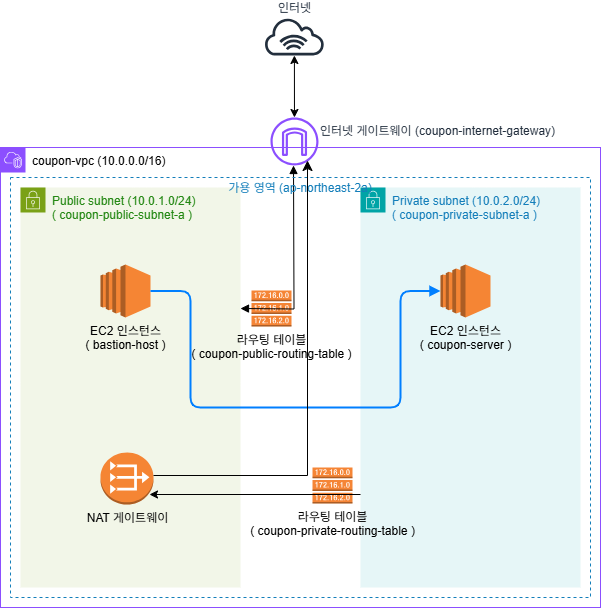
Above: aws-architecture-basic(2).drawio.png in tngh4037/aws-practice (draw.io), before the change. Source tidied: cells renumbered, new cells last; positions are measured from the earlier drawing's top-left corner, leaving out a move shared by most shapes.
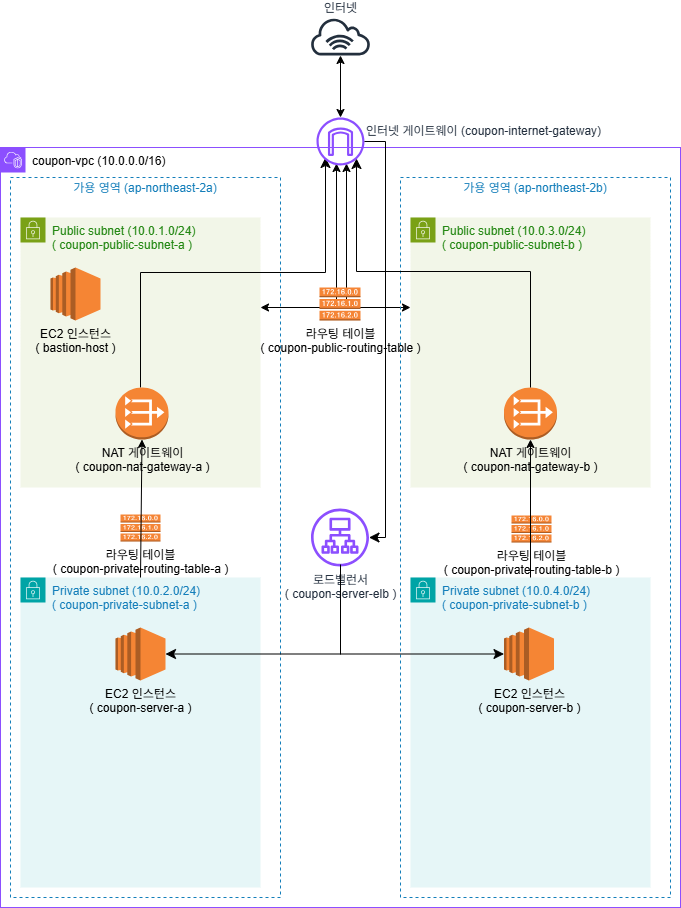
After the change.

Commit message:
aws-architecture-basic(2).drawio.png이 추가되었습니다.

Diff of the diagram source:
```diff
@@ -2,78 +2,130 @@
   <root>
     <mxCell id="0" />
     <mxCell id="1" parent="0" />
+    <mxCell id="20" style="edgeStyle=elbowEdgeStyle;rounded=0;elbow=vertical;html=1;labelBackgroundColor=#ffffff;startArrow=classic;startFill=1;startSize=6;endArrow=classic;endFill=1;endSize=6;jettySize=auto;strokeWidth=1;fontSize=14;" parent="1" edge="1" source="28">
+      <mxGeometry relative="1" as="geometry">
+        <mxPoint x="306" y="146" as="targetPoint" />
+        <Array as="points">
+          <mxPoint x="270" y="290" />
+        </Array>
+      </mxGeometry>
+    </mxCell>
     <mxCell id="2" value="&lt;font style=&quot;color: rgb(4, 4, 4);&quot;&gt;coupon-vpc (10.0.0.0/16)&lt;/font&gt;" style="gradientColor=none;html=1;whiteSpace=wrap;fontSize=12;fontStyle=0;shape=mxgraph.aws4.group;grIcon=mxgraph.aws4.group_vpc2;strokeColor=#8C4FFF;fillColor=none;verticalAlign=top;align=left;spacingLeft=30;fontColor=#AAB7B8;dashed=0;" parent="1" vertex="1">
-      <mxGeometry y="130" width="600" height="460" as="geometry" />
+      <mxGeometry x="-40" y="130" width="680" height="760" as="geometry" />
     </mxCell>
+    <mxCell id="21" value="가용 영역 (ap-northeast-2b)" style="fillColor=none;strokeColor=#147EBA;dashed=1;verticalAlign=bottom;fontStyle=0;fontColor=#147EBA;whiteSpace=wrap;html=1;labelPosition=center;verticalLabelPosition=top;align=center;spacingBottom=-20;" parent="2" vertex="1">
+      <mxGeometry x="400" y="30" width="270" height="720" as="geometry" />
+    </mxCell>
+    <mxCell id="16" value="가용 영역 (ap-northeast-2a)" style="fillColor=none;strokeColor=#147EBA;dashed=1;verticalAlign=bottom;fontStyle=0;fontColor=#147EBA;whiteSpace=wrap;html=1;labelPosition=center;verticalLabelPosition=top;align=center;spacingBottom=-20;" parent="2" vertex="1">
+      <mxGeometry x="10" y="30" width="270" height="720" as="geometry" />
+    </mxCell>
     <mxCell id="3" value="Public subnet (10.0.1.0/24)&lt;div&gt;( coupon-public-subnet-a )&lt;/div&gt;" style="gradientColor=none;html=1;whiteSpace=wrap;fontSize=12;fontStyle=0;shape=mxgraph.aws4.group;grIcon=mxgraph.aws4.group_security_group;grStroke=0;strokeColor=#7AA116;fillColor=#F2F6E8;verticalAlign=top;align=left;spacingLeft=30;fontColor=#248814;dashed=0;" parent="2" vertex="1">
-      <mxGeometry x="20" y="40" width="220" height="400" as="geometry" />
+      <mxGeometry x="20" y="70" width="240" height="270" as="geometry" />
     </mxCell>
-    <mxCell id="4" value="NAT 게이트웨이" style="dashed=0;verticalLabelPosition=bottom;verticalAlign=top;align=center;html=1;shape=mxgraph.aws3.vpc_nat_gateway;fillColor=#F58534;gradientColor=none;" parent="3" vertex="1">
-      <mxGeometry x="80" y="265" width="53" height="52" as="geometry" />
-    </mxCell>
+    <mxCell id="22" style="edgeStyle=elbowEdgeStyle;elbow=vertical;endArrow=classic;html=1;curved=0;rounded=0;endSize=8;startSize=8;" parent="3" edge="1">
+      <mxGeometry relative="1" as="geometry">
+        <mxPoint x="120" y="170" as="sourcePoint" />
+        <mxPoint x="305" y="-60" as="targetPoint" />
+      </mxGeometry>
+    </mxCell>
+    <mxCell id="6" value="Private subnet (10.0.2.0/24)&lt;br&gt;( coupon-private-subnet-a )" style="points=[[0,0],[0.25,0],[0.5,0],[0.75,0],[1,0],[1,0.25],[1,0.5],[1,0.75],[1,1],[0.75,1],[0.5,1],[0.25,1],[0,1],[0,0.75],[0,0.5],[0,0.25]];outlineConnect=0;gradientColor=none;html=1;whiteSpace=wrap;fontSize=12;fontStyle=0;shape=mxgraph.aws4.group;grIcon=mxgraph.aws4.group_security_group;grStroke=0;strokeColor=#00A4A6;fillColor=#E6F6F7;verticalAlign=top;align=left;spacingLeft=30;fontColor=#147EBA;dashed=0;" parent="2" vertex="1">
+      <mxGeometry x="20" y="430" width="240" height="310" as="geometry" />
+    </mxCell>
-    <mxCell id="5" value="EC2 인스턴스&lt;div&gt;( bastion-host )&lt;/div&gt;" style="outlineConnect=0;dashed=0;verticalLabelPosition=bottom;verticalAlign=top;align=center;html=1;shape=mxgraph.aws3.ec2;fillColor=#F58534;gradientColor=none;" parent="3" vertex="1">
-      <mxGeometry x="80" y="77" width="50" height="53" as="geometry" />
+    <mxCell id="5" value="EC2 인스턴스&lt;div&gt;( bastion-host )&lt;/div&gt;" style="outlineConnect=0;dashed=0;verticalLabelPosition=bottom;verticalAlign=top;align=center;html=1;shape=mxgraph.aws3.ec2;fillColor=#F58534;gradientColor=none;" parent="2" vertex="1">
+      <mxGeometry x="50" y="120" width="50" height="53" as="geometry" />
     </mxCell>
-    <mxCell id="6" value="Private subnet (10.0.2.0/24)&lt;br&gt;( coupon-private-subnet-a )" style="points=[[0,0],[0.25,0],[0.5,0],[0.75,0],[1,0],[1,0.25],[1,0.5],[1,0.75],[1,1],[0.75,1],[0.5,1],[0.25,1],[0,1],[0,0.75],[0,0.5],[0,0.25]];outlineConnect=0;gradientColor=none;html=1;whiteSpace=wrap;fontSize=12;fontStyle=0;shape=mxgraph.aws4.group;grIcon=mxgraph.aws4.group_security_group;grStroke=0;strokeColor=#00A4A6;fillColor=#E6F6F7;verticalAlign=top;align=left;spacingLeft=30;fontColor=#147EBA;dashed=0;" parent="2" vertex="1">
-      <mxGeometry x="360" y="40" width="220" height="400" as="geometry" />
-    </mxCell>
+    <mxCell id="23" value="Private subnet (10.0.4.0/24)&lt;br&gt;( coupon-private-subnet-b )" style="gradientColor=none;html=1;whiteSpace=wrap;fontSize=12;fontStyle=0;shape=mxgraph.aws4.group;grIcon=mxgraph.aws4.group_security_group;grStroke=0;strokeColor=#00A4A6;fillColor=#E6F6F7;verticalAlign=top;align=left;spacingLeft=30;fontColor=#147EBA;dashed=0;" parent="2" vertex="1">
+      <mxGeometry x="410" y="430" width="240" height="310" as="geometry" />
+    </mxCell>
+    <mxCell id="24" value="EC2 인스턴스&lt;div&gt;( coupon-server-b )&lt;/div&gt;" style="outlineConnect=0;dashed=0;verticalLabelPosition=bottom;verticalAlign=top;align=center;html=1;shape=mxgraph.aws3.ec2;fillColor=#F58534;gradientColor=none;" parent="2" vertex="1">
+      <mxGeometry x="503.5" y="480" width="50" height="53" as="geometry" />
+    </mxCell>
+    <mxCell id="25" value="EC2 인스턴스&lt;div&gt;( coupon-server-a )&lt;/div&gt;" style="outlineConnect=0;dashed=0;verticalLabelPosition=bottom;verticalAlign=top;align=center;html=1;shape=mxgraph.aws3.ec2;fillColor=#F58534;gradientColor=none;" parent="2" vertex="1">
+      <mxGeometry x="115" y="480" width="50" height="53" as="geometry" />
+    </mxCell>
+    <mxCell id="26" style="edgeStyle=elbowEdgeStyle;rounded=0;orthogonalLoop=1;jettySize=auto;html=1;exitX=0.5;exitY=0;exitDx=0;exitDy=0;exitPerimeter=0;" parent="2" edge="1" source="7" target="7">
+      <mxGeometry relative="1" as="geometry" />
+    </mxCell>
+    <mxCell id="27" style="edgeStyle=elbowEdgeStyle;rounded=0;orthogonalLoop=1;jettySize=auto;html=1;exitX=0.5;exitY=1;exitDx=0;exitDy=0;exitPerimeter=0;" parent="2" edge="1" source="7" target="7">
+      <mxGeometry relative="1" as="geometry" />
+    </mxCell>
+    <mxCell id="28" value="Public subnet (10.0.3.0/24)&lt;div&gt;( coupon-public-subnet-b )&lt;/div&gt;" style="points=[[0,0],[0.25,0],[0.5,0],[0.75,0],[1,0],[1,0.25],[1,0.5],[1,0.75],[1,1],[0.75,1],[0.5,1],[0.25,1],[0,1],[0,0.75],[0,0.5],[0,0.25]];outlineConnect=0;gradientColor=none;html=1;whiteSpace=wrap;fontSize=12;fontStyle=0;shape=mxgraph.aws4.group;grIcon=mxgraph.aws4.group_security_group;grStroke=0;strokeColor=#7AA116;fillColor=#F2F6E8;verticalAlign=top;align=left;spacingLeft=30;fontColor=#248814;dashed=0;" parent="2" vertex="1">
+      <mxGeometry x="410" y="70" width="240" height="270" as="geometry" />
+    </mxCell>
+    <mxCell id="29" value="NAT 게이트웨이&lt;div&gt;( coupon-nat-gateway-b )&lt;/div&gt;" style="outlineConnect=0;dashed=0;verticalLabelPosition=bottom;verticalAlign=top;align=center;html=1;shape=mxgraph.aws3.vpc_nat_gateway;fillColor=#F58534;gradientColor=none;" parent="2" vertex="1">
+      <mxGeometry x="503.5" y="240" width="53" height="52" as="geometry" />
+    </mxCell>
+    <mxCell id="30" value="라우팅 테이블&lt;br&gt;( coupon-private-routing-table-a )" style="dashed=0;verticalLabelPosition=bottom;verticalAlign=top;align=center;html=1;shape=mxgraph.aws3.route_table;fillColor=#F58536;gradientColor=none;" parent="2" vertex="1">
+      <mxGeometry x="120" y="367" width="40" height="27" as="geometry" />
+    </mxCell>
+    <mxCell id="31" value="라우팅 테이블&lt;br&gt;( coupon-private-routing-table-b )" style="dashed=0;verticalLabelPosition=bottom;verticalAlign=top;align=center;html=1;shape=mxgraph.aws3.route_table;fillColor=#F58536;gradientColor=none;" parent="2" vertex="1">
+      <mxGeometry x="511" y="368" width="40" height="27" as="geometry" />
+    </mxCell>
+    <mxCell id="32" value="로드밸런서&lt;div&gt;( coupon-server-elb )&lt;/div&gt;" style="sketch=0;outlineConnect=0;fontColor=#232F3E;gradientColor=none;fillColor=#8C4FFF;strokeColor=none;dashed=0;verticalLabelPosition=bottom;verticalAlign=top;align=center;html=1;fontSize=12;fontStyle=0;shape=mxgraph.aws4.application_load_balancer;" parent="2" vertex="1">
+      <mxGeometry x="310.5" y="361" width="58" height="58" as="geometry" />
+    </mxCell>
+    <mxCell id="33" style="endArrow=classic;html=1;rounded=0;" parent="2" edge="1" target="29">
+      <mxGeometry relative="1" as="geometry">
+        <mxPoint x="530" y="430" as="sourcePoint" />
+      </mxGeometry>
+    </mxCell>
+    <mxCell id="34" style="endArrow=classic;html=1;rounded=0;exitX=0.5;exitY=0;exitDx=0;exitDy=0;entryX=0.5;entryY=1;entryDx=0;entryDy=0;entryPerimeter=0;" parent="2" edge="1" source="6" target="35">
+      <mxGeometry relative="1" as="geometry" />
+    </mxCell>
+    <mxCell id="35" value="NAT 게이트웨이&lt;div&gt;( coupon-nat-gateway-a )&lt;/div&gt;" style="outlineConnect=0;dashed=0;verticalLabelPosition=bottom;verticalAlign=top;align=center;html=1;shape=mxgraph.aws3.vpc_nat_gateway;fillColor=#F58534;gradientColor=none;" parent="2" vertex="1">
+      <mxGeometry x="115" y="240" width="53" height="52" as="geometry" />
+    </mxCell>
+    <mxCell id="36" style="edgeStyle=elbowEdgeStyle;elbow=vertical;endArrow=classic;html=1;curved=0;rounded=0;endSize=8;startSize=8;" parent="2" edge="1">
+      <mxGeometry relative="1" as="geometry">
+        <mxPoint x="530" y="240" as="sourcePoint" />
+        <mxPoint x="356" y="11" as="targetPoint" />
+        <Array as="points">
+          <mxPoint x="440" y="124" />
+        </Array>
+      </mxGeometry>
+    </mxCell>
+    <mxCell id="37" style="edgeStyle=elbowEdgeStyle;rounded=0;elbow=vertical;html=1;labelBackgroundColor=#ffffff;startArrow=classic;startFill=1;startSize=6;endArrow=classic;endFill=1;endSize=6;jettySize=auto;orthogonalLoop=1;strokeWidth=1;fontSize=14;" parent="2" edge="1">
+      <mxGeometry relative="1" as="geometry">
+        <mxPoint x="260" y="160" as="sourcePoint" />
+        <mxPoint x="336" y="16" as="targetPoint" />
+        <Array as="points">
+          <mxPoint x="300" y="160" />
+        </Array>
+      </mxGeometry>
+    </mxCell>
     <mxCell id="7" value="라우팅 테이블&lt;br&gt;( coupon-public-routing-table )" style="outlineConnect=0;dashed=0;verticalLabelPosition=bottom;verticalAlign=top;align=center;html=1;shape=mxgraph.aws3.route_table;fillColor=#F58536;gradientColor=none;" parent="2" vertex="1">
-      <mxGeometry x="251" y="143" width="40" height="36" as="geometry" />
+      <mxGeometry x="319" y="140" width="41" height="33" as="geometry" />
     </mxCell>
-    <mxCell id="8" value="EC2 인스턴스&lt;div&gt;( coupon-server )&lt;/div&gt;" style="outlineConnect=0;dashed=0;verticalLabelPosition=bottom;verticalAlign=top;align=center;html=1;shape=mxgraph.aws3.ec2;fillColor=#F58534;gradientColor=none;" parent="2" vertex="1">
-      <mxGeometry x="440" y="117" width="50" height="53" as="geometry" />
-    </mxCell>
-    <mxCell id="9" style="html=1;labelBackgroundColor=#ffffff;jettySize=auto;fontSize=14;rounded=1;jumpStyle=gap;edgeStyle=orthogonalEdgeStyle;startArrow=none;endArrow=block;strokeWidth=2;endFill=1;exitX=1;exitY=0.5;exitDx=0;exitDy=0;exitPerimeter=0;entryX=0;entryY=0.5;entryDx=0;entryDy=0;entryPerimeter=0;curved=0;strokeColor=#007FFF;" parent="2" edge="1" source="5" target="8">
-      <mxGeometry relative="1" as="geometry">
-        <Array as="points">
-          <mxPoint x="190" y="144" />
-          <mxPoint x="190" y="260" />
-          <mxPoint x="400" y="260" />
-          <mxPoint x="400" y="144" />
-        </Array>
-      </mxGeometry>
-    </mxCell>
-    <mxCell id="10" value="라우팅 테이블&lt;br&gt;( coupon-private-routing-table )" style="dashed=0;verticalLabelPosition=bottom;verticalAlign=top;align=center;html=1;shape=mxgraph.aws3.route_table;fillColor=#F58536;gradientColor=none;" parent="2" vertex="1">
-      <mxGeometry x="312" y="320" width="40" height="36" as="geometry" />
-    </mxCell>
-    <mxCell id="11" value="인터넷 게이트웨이 (coupon-internet-gateway)" style="sketch=0;outlineConnect=0;fontColor=#232F3E;gradientColor=none;fillColor=#8C4FFF;strokeColor=none;dashed=0;verticalLabelPosition=top;verticalAlign=bottom;align=left;html=1;fontSize=12;fontStyle=0;shape=mxgraph.aws4.internet_gateway;labelPosition=right;spacingRight=0;spacing=2;spacingBottom=-23;" parent="2" vertex="1">
-      <mxGeometry x="270" y="-30" width="48" height="48" as="geometry" />
-    </mxCell>
-    <mxCell id="12" style="html=1;labelBackgroundColor=#ffffff;jettySize=auto;orthogonalLoop=1;fontSize=11;rounded=0;jumpStyle=gap;edgeStyle=orthogonalEdgeStyle;startArrow=block;endArrow=block;strokeWidth=1;startFill=1;endFill=1;" parent="2" edge="1">
-      <mxGeometry relative="1" as="geometry">
-        <mxPoint x="240" y="161" as="sourcePoint" />
-        <mxPoint x="293" y="18" as="targetPoint" />
-      </mxGeometry>
-    </mxCell>
-    <mxCell id="13" style="edgeStyle=elbowEdgeStyle;rounded=0;orthogonalLoop=1;jettySize=auto;html=1;exitX=0.5;exitY=0;exitDx=0;exitDy=0;exitPerimeter=0;" parent="2" edge="1" source="7" target="7">
-      <mxGeometry relative="1" as="geometry" />
-    </mxCell>
-    <mxCell id="14" style="edgeStyle=elbowEdgeStyle;rounded=0;orthogonalLoop=1;jettySize=auto;html=1;exitX=0.5;exitY=1;exitDx=0;exitDy=0;exitPerimeter=0;" parent="2" edge="1" source="7" target="7">
-      <mxGeometry relative="1" as="geometry" />
-    </mxCell>
-    <mxCell id="15" style="endArrow=classic;html=1;rounded=0;" parent="2" edge="1">
-      <mxGeometry relative="1" as="geometry">
-        <mxPoint x="360" y="347" as="sourcePoint" />
-        <mxPoint x="149" y="347" as="targetPoint" />
-      </mxGeometry>
-    </mxCell>
-    <mxCell id="16" value="가용 영역 (ap-northeast-2a)" style="fillColor=none;strokeColor=#147EBA;dashed=1;verticalAlign=bottom;fontStyle=0;fontColor=#147EBA;whiteSpace=wrap;html=1;labelPosition=center;verticalLabelPosition=top;align=center;spacingBottom=-20;" parent="2" vertex="1">
-      <mxGeometry x="10" y="30" width="580" height="420" as="geometry" />
-    </mxCell>
+    <mxCell id="38" style="edgeStyle=elbowEdgeStyle;elbow=horizontal;endArrow=classic;html=1;curved=0;rounded=0;endSize=8;startSize=8;entryX=1;entryY=0.5;entryDx=0;entryDy=0;entryPerimeter=0;" parent="2" edge="1" source="32" target="25">
+      <mxGeometry relative="1" as="geometry">
+        <Array as="points">
+          <mxPoint x="340" y="520" />
+        </Array>
+      </mxGeometry>
+    </mxCell>
+    <mxCell id="39" style="edgeStyle=elbowEdgeStyle;elbow=horizontal;endArrow=classic;html=1;curved=0;rounded=0;endSize=8;startSize=8;entryX=0;entryY=0.5;entryDx=0;entryDy=0;entryPerimeter=0;" parent="2" edge="1" target="24">
+      <mxGeometry relative="1" as="geometry">
+        <mxPoint x="340" y="417" as="sourcePoint" />
+        <Array as="points">
+          <mxPoint x="340" y="470" />
+        </Array>
+      </mxGeometry>
+    </mxCell>
     <mxCell id="17" value="인터넷" style="sketch=0;outlineConnect=0;fontColor=#232F3E;gradientColor=none;fillColor=#232F3D;strokeColor=none;dashed=0;verticalLabelPosition=top;verticalAlign=bottom;align=center;html=1;fontSize=12;fontStyle=0;shape=mxgraph.aws4.internet_alt1;labelPosition=center;" parent="1" vertex="1">
-      <mxGeometry x="263" width="61.8" height="38" as="geometry" />
+      <mxGeometry x="269.1" width="61.8" height="38" as="geometry" />
     </mxCell>
     <mxCell id="18" style="endArrow=classic;startArrow=classic;html=1;rounded=0;" parent="1" edge="1" source="11" target="17">
       <mxGeometry relative="1" as="geometry" />
     </mxCell>
-    <mxCell id="19" style="edgeStyle=segmentEdgeStyle;endArrow=classic;html=1;curved=0;rounded=0;endSize=8;startSize=8;" parent="1" edge="1">
-      <mxGeometry relative="1" as="geometry">
-        <mxPoint x="153" y="458" as="sourcePoint" />
-        <mxPoint x="307" y="143" as="targetPoint" />
-        <Array as="points">
-          <mxPoint x="307" y="458" />
-        </Array>
-      </mxGeometry>
-    </mxCell>
+    <mxCell id="11" value="인터넷 게이트웨이 (coupon-internet-gateway)" style="sketch=0;outlineConnect=0;fontColor=#232F3E;gradientColor=none;fillColor=#8C4FFF;strokeColor=none;dashed=0;verticalLabelPosition=top;verticalAlign=bottom;align=left;html=1;fontSize=12;fontStyle=0;shape=mxgraph.aws4.internet_gateway;labelPosition=right;spacingRight=0;spacing=2;spacingBottom=-23;" parent="1" vertex="1">
+      <mxGeometry x="276" y="100" width="48" height="48" as="geometry" />
+    </mxCell>
+    <mxCell id="40" style="edgeStyle=elbowEdgeStyle;elbow=vertical;endArrow=classic;html=1;curved=0;rounded=0;endSize=8;startSize=8;" parent="1" edge="1" source="11" target="32">
+      <mxGeometry relative="1" as="geometry">
+        <Array as="points">
+          <mxPoint x="345" y="321" />
+        </Array>
+      </mxGeometry>
+    </mxCell>
   </root>
 </mxGraphModel>
```
